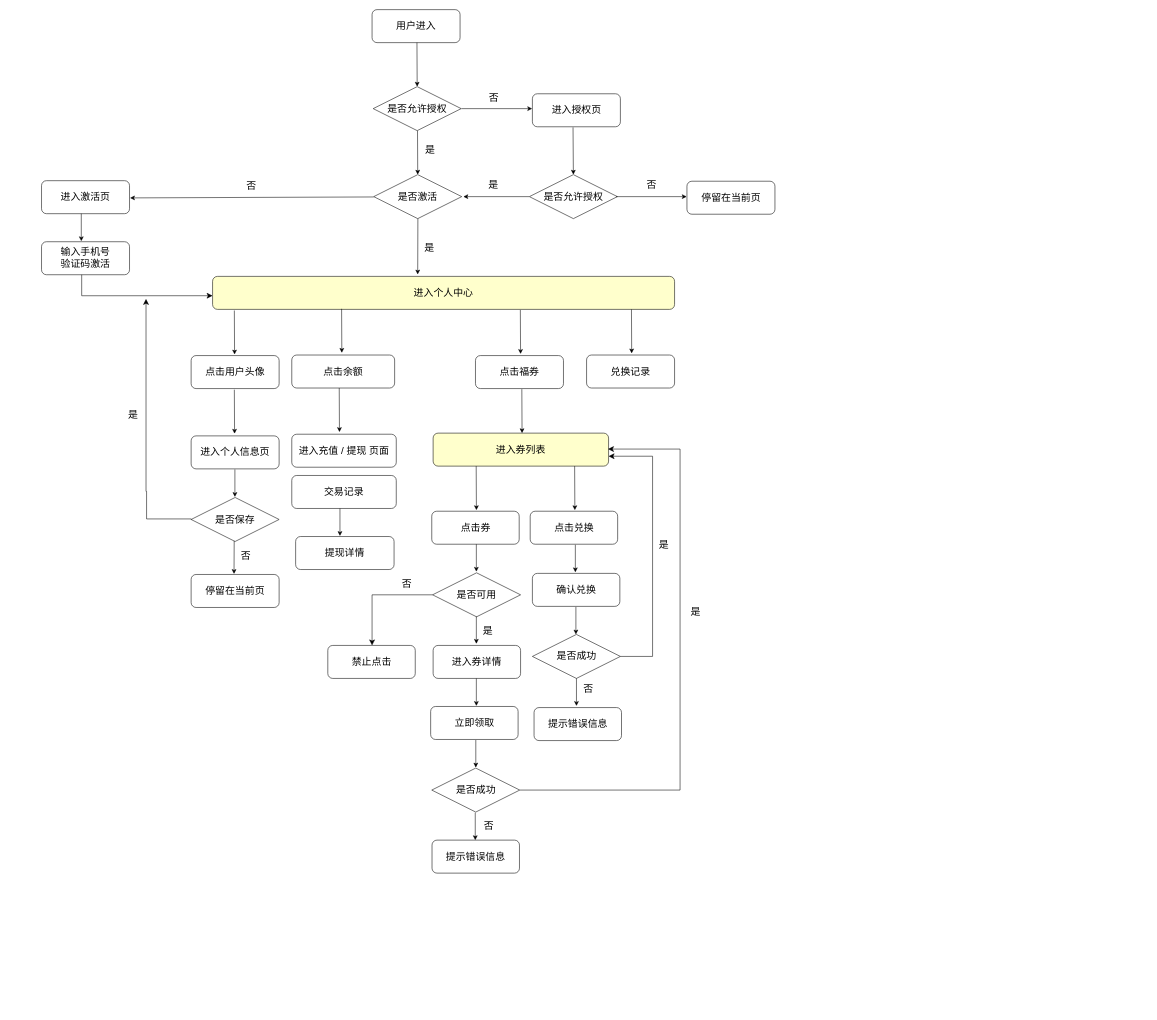
Earlier version of the draw.io diagram 未命名绘图.drawio (13717135460/vue-admin). Source tidied: cells renumbered, new cells numbered last; positions are measured from the earlier drawing's top-left corner, leaving out a move shared by most shapes. Both pictures are drawn from the tidied source at 55%, with x=0, y=0 at pixel (41, 9).
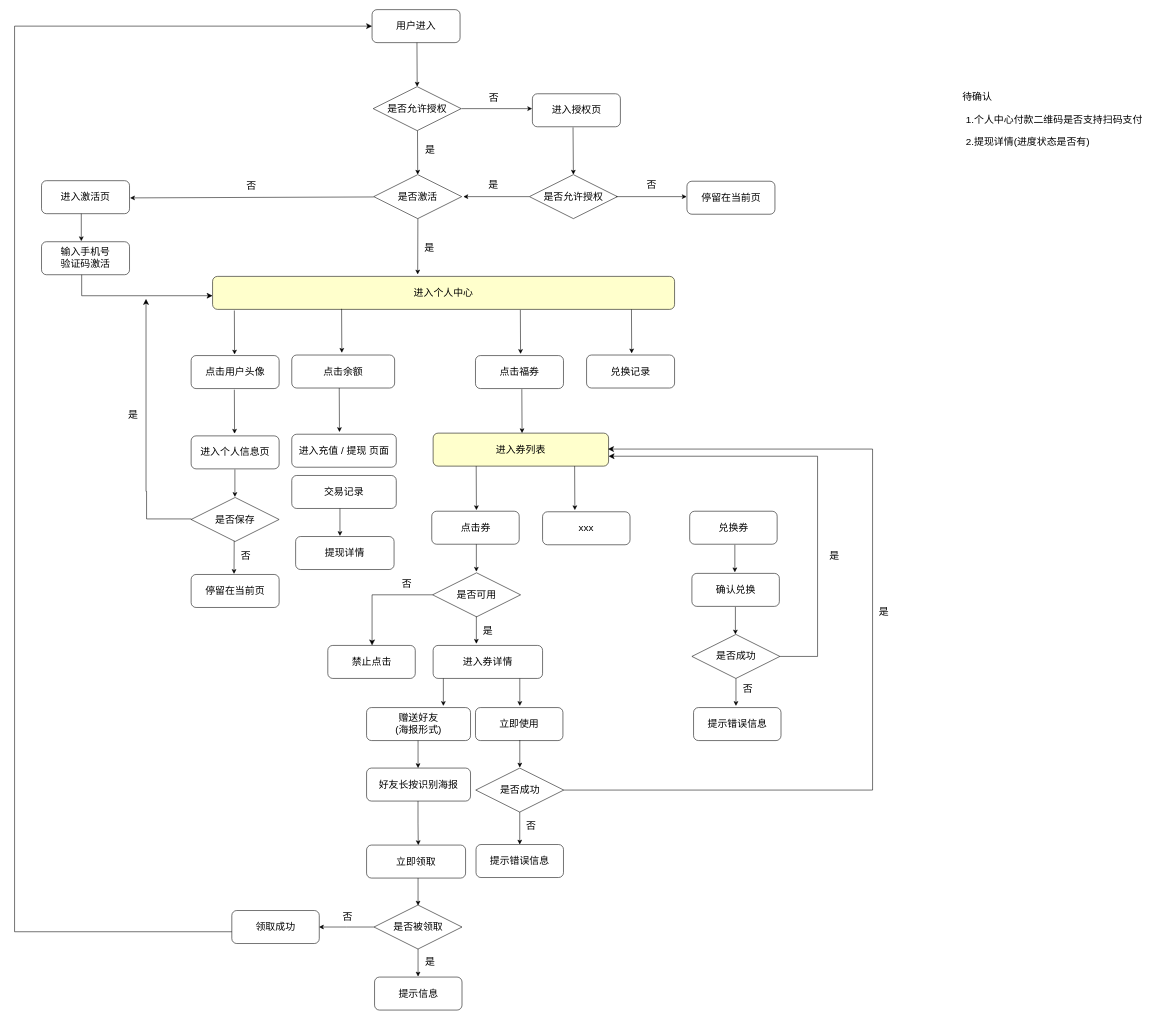
The same diagram, later.

Commit message (it also covers changes not shown here):
更新未命名绘图.drawio

The change refers to these unchanged cells:
```xml
<mxCell id="67" value="&lt;font style=&quot;font-size: 18px;&quot;&gt;用户进入&lt;/font&gt;" style="rounded=1;whiteSpace=wrap;html=1;" parent="1" vertex="1">
  <mxGeometry x="601" width="160" height="60" as="geometry" />
</mxCell>
```

Diff of the diagram source:
```diff
@@
     <mxCell id="39" value="&lt;font style=&quot;font-size: 18px;&quot;&gt;进入券详情&lt;br&gt;&lt;/font&gt;" style="rounded=1;whiteSpace=wrap;html=1;" parent="1" vertex="1">
-      <mxGeometry x="712" y="1156" width="159" height="60" as="geometry" />
+      <mxGeometry x="712" y="1156" width="199" height="60" as="geometry" />
     </mxCell>
@@
-    <mxCell id="41" value="&lt;font style=&quot;font-size: 18px;&quot;&gt;点击兑换&lt;/font&gt;" style="rounded=1;whiteSpace=wrap;html=1;" parent="1" vertex="1">
-      <mxGeometry x="888.5" y="912" width="159" height="60" as="geometry" />
+    <mxCell id="41" value="&lt;font style=&quot;font-size: 18px;&quot;&gt;兑换券&lt;/font&gt;" style="rounded=1;whiteSpace=wrap;html=1;" parent="1" vertex="1">
+      <mxGeometry x="1178.5" y="912" width="159" height="60" as="geometry" />
     </mxCell>
@@
     <mxCell id="45" style="endArrow=classic;html=1;rounded=0;" parent="1" edge="1">
       <mxGeometry relative="1" as="geometry">
-        <mxPoint x="970.6" y="973" as="sourcePoint" />
-        <mxPoint x="970.6" y="1023" as="targetPoint" />
+        <mxPoint x="1260.6" y="973" as="sourcePoint" />
+        <mxPoint x="1260.6" y="1023" as="targetPoint" />
       </mxGeometry>
     </mxCell>
     <mxCell id="46" value="&lt;font style=&quot;font-size: 18px;&quot;&gt;确认兑换&lt;/font&gt;" style="rounded=1;whiteSpace=wrap;html=1;" parent="1" vertex="1">
-      <mxGeometry x="892.5" y="1025" width="159" height="60" as="geometry" />
+      <mxGeometry x="1182.5" y="1025" width="159" height="60" as="geometry" />
     </mxCell>
     <mxCell id="47" style="endArrow=classic;html=1;rounded=0;" parent="1" edge="1">
       <mxGeometry relative="1" as="geometry">
-        <mxPoint x="971.6" y="1086" as="sourcePoint" />
-        <mxPoint x="971.6" y="1136" as="targetPoint" />
+        <mxPoint x="1261.6" y="1086" as="sourcePoint" />
+        <mxPoint x="1261.6" y="1136" as="targetPoint" />
       </mxGeometry>
     </mxCell>
     <mxCell id="48" value="&lt;font style=&quot;font-size: 18px;&quot;&gt;是否成功&lt;/font&gt;" style="rhombus;whiteSpace=wrap;html=1;" parent="1" vertex="1">
-      <mxGeometry x="892.5" y="1136" width="160" height="80" as="geometry" />
+      <mxGeometry x="1182.5" y="1136" width="160" height="80" as="geometry" />
     </mxCell>
     <mxCell id="49" style="endArrow=classic;html=1;rounded=0;" parent="1" edge="1">
       <mxGeometry relative="1" as="geometry">
-        <mxPoint x="972.6" y="1216" as="sourcePoint" />
-        <mxPoint x="972.6" y="1266" as="targetPoint" />
+        <mxPoint x="1262.6" y="1216" as="sourcePoint" />
+        <mxPoint x="1262.6" y="1266" as="targetPoint" />
       </mxGeometry>
     </mxCell>
     <mxCell id="50" value="&lt;font style=&quot;font-size: 18px;&quot;&gt;否&lt;/font&gt;" style="text;html=1;align=center;verticalAlign=middle;strokeColor=none;fillColor=none;" parent="1" vertex="1">
-      <mxGeometry x="974" y="1216" width="40" height="40" as="geometry" />
+      <mxGeometry x="1264" y="1216" width="40" height="40" as="geometry" />
     </mxCell>
     <mxCell id="51" value="&lt;font style=&quot;font-size: 18px;&quot;&gt;提示错误信息&lt;/font&gt;" style="rounded=1;whiteSpace=wrap;html=1;" parent="1" vertex="1">
-      <mxGeometry x="895.5" y="1269" width="159" height="60" as="geometry" />
+      <mxGeometry x="1185.5" y="1269" width="159" height="60" as="geometry" />
     </mxCell>
     <mxCell id="52" style="edgeStyle=segmentEdgeStyle;endArrow=classic;html=1;curved=0;rounded=0;endSize=8;startSize=8;entryX=1;entryY=0.5;entryDx=0;entryDy=0;exitX=1;exitY=0.5;exitDx=0;exitDy=0;" parent="1" edge="1" source="48">
       <mxGeometry relative="1" as="geometry">
         <mxPoint x="1031" y="812" as="targetPoint" />
         <Array as="points">
-          <mxPoint x="1111" y="1176" />
-          <mxPoint x="1111" y="812" />
+          <mxPoint x="1411" y="1176" />
+          <mxPoint x="1411" y="812" />
         </Array>
       </mxGeometry>
     </mxCell>
     <mxCell id="53" value="&lt;font style=&quot;font-size: 18px;&quot;&gt;是&lt;/font&gt;" style="text;html=1;align=center;verticalAlign=middle;strokeColor=none;fillColor=none;" parent="1" vertex="1">
-      <mxGeometry x="1111" y="953" width="40" height="40" as="geometry" />
+      <mxGeometry x="1421" y="973" width="40" height="40" as="geometry" />
     </mxCell>
     <mxCell id="54" style="endArrow=classic;html=1;rounded=0;" parent="1" edge="1">
       <mxGeometry relative="1" as="geometry">
-        <mxPoint x="790.6" y="1216" as="sourcePoint" />
-        <mxPoint x="790.6" y="1266" as="targetPoint" />
+        <mxPoint x="730.6" y="1216" as="sourcePoint" />
+        <mxPoint x="730.6" y="1266" as="targetPoint" />
       </mxGeometry>
     </mxCell>
-    <mxCell id="55" value="&lt;span style=&quot;font-size: 18px;&quot;&gt;立即领取&lt;/span&gt;" style="rounded=1;whiteSpace=wrap;html=1;" parent="1" vertex="1">
-      <mxGeometry x="707.5" y="1267" width="159" height="60" as="geometry" />
+    <mxCell id="55" value="&lt;span style=&quot;font-size: 18px;&quot;&gt;立即使用&lt;/span&gt;" style="rounded=1;whiteSpace=wrap;html=1;" parent="1" vertex="1">
+      <mxGeometry x="789" y="1269" width="159" height="60" as="geometry" />
     </mxCell>
     <mxCell id="56" value="&lt;font style=&quot;font-size: 18px;&quot;&gt;是否成功&lt;/font&gt;" style="rhombus;whiteSpace=wrap;html=1;" parent="1" vertex="1">
-      <mxGeometry x="709.5" y="1379" width="160" height="80" as="geometry" />
+      <mxGeometry x="789.5" y="1379" width="160" height="80" as="geometry" />
     </mxCell>
     <mxCell id="57" style="endArrow=classic;html=1;rounded=0;" parent="1" edge="1">
       <mxGeometry relative="1" as="geometry">
-        <mxPoint x="789.6" y="1328" as="sourcePoint" />
-        <mxPoint x="789.6" y="1378" as="targetPoint" />
+        <mxPoint x="869.6" y="1328" as="sourcePoint" />
+        <mxPoint x="869.6" y="1378" as="targetPoint" />
       </mxGeometry>
     </mxCell>
     <mxCell id="58" value="&lt;font style=&quot;font-size: 18px;&quot;&gt;提示错误信息&lt;/font&gt;" style="rounded=1;whiteSpace=wrap;html=1;" parent="1" vertex="1">
-      <mxGeometry x="710" y="1510" width="159" height="60" as="geometry" />
+      <mxGeometry x="790" y="1518" width="159" height="60" as="geometry" />
     </mxCell>
     <mxCell id="59" value="&lt;font style=&quot;font-size: 18px;&quot;&gt;否&lt;/font&gt;" style="text;html=1;align=center;verticalAlign=middle;strokeColor=none;fillColor=none;" parent="1" vertex="1">
-      <mxGeometry x="793" y="1464" width="40" height="40" as="geometry" />
+      <mxGeometry x="870" y="1464" width="40" height="40" as="geometry" />
     </mxCell>
-    <mxCell id="60" style="edgeStyle=segmentEdgeStyle;endArrow=classic;html=1;curved=0;rounded=0;endSize=8;startSize=8;entryX=1;entryY=0.5;entryDx=0;entryDy=0;" parent="1" edge="1">
+    <mxCell id="60" style="edgeStyle=segmentEdgeStyle;endArrow=classic;html=1;curved=0;rounded=0;endSize=8;startSize=8;entryX=1;entryY=0.5;entryDx=0;entryDy=0;exitX=1;exitY=0.5;exitDx=0;exitDy=0;" parent="1" edge="1" source="56">
       <mxGeometry relative="1" as="geometry">
-        <mxPoint x="870" y="1419" as="sourcePoint" />
         <mxPoint x="1030" y="799" as="targetPoint" />
         <Array as="points">
-          <mxPoint x="1161" y="1419" />
-          <mxPoint x="1161" y="799" />
+          <mxPoint x="1511" y="1419" />
+          <mxPoint x="1511" y="799" />
         </Array>
       </mxGeometry>
     </mxCell>
     <mxCell id="61" value="&lt;font style=&quot;font-size: 18px;&quot;&gt;是&lt;/font&gt;" style="text;html=1;align=center;verticalAlign=middle;strokeColor=none;fillColor=none;" parent="1" vertex="1">
-      <mxGeometry x="1169" y="1076" width="40" height="40" as="geometry" />
+      <mxGeometry x="1511" y="1076" width="40" height="40" as="geometry" />
     </mxCell>
-    <mxCell id="62" style="endArrow=classic;html=1;rounded=0;" parent="1" edge="1">
-      <mxGeometry relative="1" as="geometry">
-        <mxPoint x="788.6" y="1460" as="sourcePoint" />
-        <mxPoint x="788.6" y="1510" as="targetPoint" />
-      </mxGeometry>
+    <mxCell id="62" style="endArrow=classic;html=1;rounded=0;entryX=0.5;entryY=0;entryDx=0;entryDy=0;exitX=0.5;exitY=1;exitDx=0;exitDy=0;" parent="1" edge="1" source="56" target="58">
+      <mxGeometry relative="1" as="geometry" />
     </mxCell>
@@
+    <mxCell id="81" value="&lt;font style=&quot;font-size: 18px;&quot;&gt;xxx&lt;/font&gt;" style="rounded=1;whiteSpace=wrap;html=1;" parent="1" vertex="1">
+      <mxGeometry x="911" y="913" width="159" height="60" as="geometry" />
+    </mxCell>
+    <mxCell id="82" value="&lt;font style=&quot;font-size: 18px;&quot;&gt;待确认&lt;/font&gt;" style="text;html=1;align=center;verticalAlign=middle;strokeColor=none;fillColor=none;" parent="1" vertex="1">
+      <mxGeometry x="1661" y="139" width="80" height="40" as="geometry" />
+    </mxCell>
+    <mxCell id="83" value="&lt;font style=&quot;font-size: 18px;&quot;&gt;1.个人中心付款二维码是否支持扫码支付&lt;/font&gt;" style="text;html=1;align=center;verticalAlign=middle;strokeColor=none;fillColor=none;" parent="1" vertex="1">
+      <mxGeometry x="1671" y="180" width="340" height="40" as="geometry" />
+    </mxCell>
+    <mxCell id="84" value="&lt;font style=&quot;font-size: 18px;&quot;&gt;赠送好友&lt;br&gt;(海报形式)&lt;/font&gt;" style="rounded=1;whiteSpace=wrap;html=1;" parent="1" vertex="1">
+      <mxGeometry x="591" y="1269" width="189" height="60" as="geometry" />
+    </mxCell>
+    <mxCell id="85" style="endArrow=classic;html=1;rounded=0;" parent="1" edge="1">
+      <mxGeometry relative="1" as="geometry">
+        <mxPoint x="869.6" y="1216" as="sourcePoint" />
+        <mxPoint x="869.6" y="1266" as="targetPoint" />
+      </mxGeometry>
+    </mxCell>
+    <mxCell id="86" style="endArrow=classic;html=1;rounded=0;" parent="1" edge="1">
+      <mxGeometry relative="1" as="geometry">
+        <mxPoint x="684.6" y="1329" as="sourcePoint" />
+        <mxPoint x="684.6" y="1379" as="targetPoint" />
+      </mxGeometry>
+    </mxCell>
+    <mxCell id="87" style="edgeStyle=orthogonalEdgeStyle;rounded=0;orthogonalLoop=1;jettySize=auto;html=1;" parent="1" edge="1">
+      <mxGeometry relative="1" as="geometry">
+        <mxPoint x="684.5" y="1439" as="sourcePoint" />
+        <mxPoint x="685" y="1519" as="targetPoint" />
+        <Array as="points">
+          <mxPoint x="685" y="1479" />
+          <mxPoint x="685" y="1479" />
+        </Array>
+      </mxGeometry>
+    </mxCell>
+    <mxCell id="88" value="&lt;font style=&quot;font-size: 18px;&quot;&gt;好友长按识别海报&lt;/font&gt;" style="rounded=1;whiteSpace=wrap;html=1;" parent="1" vertex="1">
+      <mxGeometry x="591" y="1379" width="189" height="60" as="geometry" />
+    </mxCell>
+    <mxCell id="89" value="&lt;font style=&quot;font-size: 18px;&quot;&gt;立即领取&lt;/font&gt;" style="whiteSpace=wrap;html=1;rounded=1;" parent="1" vertex="1">
+      <mxGeometry x="591" y="1519" width="180" height="60" as="geometry" />
+    </mxCell>
+    <mxCell id="90" style="edgeStyle=orthogonalEdgeStyle;rounded=0;jettySize=auto;html=1;" parent="1" edge="1" source="91">
+      <mxGeometry relative="1" as="geometry">
+        <mxPoint x="504.5" y="1668" as="targetPoint" />
+      </mxGeometry>
+    </mxCell>
+    <mxCell id="91" value="&lt;font style=&quot;font-size: 18px;&quot;&gt;是否被领取&lt;/font&gt;" style="rhombus;whiteSpace=wrap;html=1;" parent="1" vertex="1">
+      <mxGeometry x="604.5" y="1628" width="160" height="80" as="geometry" />
+    </mxCell>
+    <mxCell id="92" style="endArrow=classic;html=1;rounded=0;" parent="1" edge="1">
+      <mxGeometry relative="1" as="geometry">
+        <mxPoint x="684.6" y="1579" as="sourcePoint" />
+        <mxPoint x="684.6" y="1629" as="targetPoint" />
+      </mxGeometry>
+    </mxCell>
+    <mxCell id="93" style="endArrow=classic;html=1;rounded=0;" parent="1" edge="1">
+      <mxGeometry relative="1" as="geometry">
+        <mxPoint x="684.6" y="1708" as="sourcePoint" />
+        <mxPoint x="684.6" y="1758" as="targetPoint" />
+      </mxGeometry>
+    </mxCell>
+    <mxCell id="94" value="&lt;font style=&quot;font-size: 18px;&quot;&gt;是&lt;/font&gt;" style="text;html=1;align=center;verticalAlign=middle;strokeColor=none;fillColor=none;" parent="1" vertex="1">
+      <mxGeometry x="686" y="1712" width="40" height="40" as="geometry" />
+    </mxCell>
+    <mxCell id="95" value="&lt;font style=&quot;font-size: 18px;&quot;&gt;提示信息&lt;/font&gt;" style="rounded=1;whiteSpace=wrap;html=1;" parent="1" vertex="1">
+      <mxGeometry x="605.5" y="1759" width="159" height="60" as="geometry" />
+    </mxCell>
+    <mxCell id="96" value="&lt;font style=&quot;font-size: 18px;&quot;&gt;否&lt;/font&gt;" style="text;html=1;align=center;verticalAlign=middle;strokeColor=none;fillColor=none;" parent="1" vertex="1">
+      <mxGeometry x="536" y="1629" width="40" height="40" as="geometry" />
+    </mxCell>
+    <mxCell id="97" value="&lt;font style=&quot;font-size: 18px;&quot;&gt;领取成功&lt;/font&gt;" style="rounded=1;whiteSpace=wrap;html=1;" parent="1" vertex="1">
+      <mxGeometry x="346" y="1638" width="159" height="60" as="geometry" />
+    </mxCell>
+    <mxCell id="98" style="edgeStyle=elbowEdgeStyle;elbow=horizontal;endArrow=classic;html=1;curved=0;rounded=0;endSize=8;startSize=8;entryX=0;entryY=0.5;entryDx=0;entryDy=0;exitX=0;exitY=0.643;exitDx=0;exitDy=0;exitPerimeter=0;" parent="1" edge="1" source="97" target="67">
+      <mxGeometry relative="1" as="geometry">
+        <Array as="points">
+          <mxPoint x="-49" y="836" />
+        </Array>
+      </mxGeometry>
+    </mxCell>
+    <mxCell id="99" value="&lt;font style=&quot;font-size: 18px;&quot;&gt;2.提现详情(进度状态是否有)&lt;/font&gt;" style="text;html=1;align=center;verticalAlign=middle;strokeColor=none;fillColor=none;" parent="1" vertex="1">
+      <mxGeometry x="1668" y="220" width="250" height="40" as="geometry" />
+    </mxCell>
```
